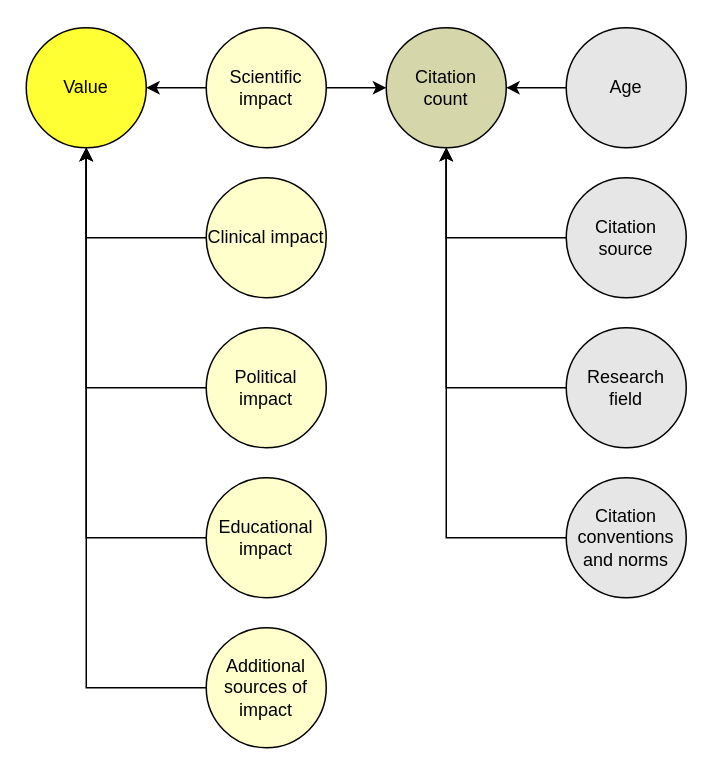
Before: figure_1.drawio in pederisager/2020_RV_citations_sample_size, a draw.io diagram. Source tidied: cells renumbered, new cells numbered last; positions are measured from the earlier drawing's top-left corner, leaving out a move shared by most shapes. Both pictures are drawn from the tidied source at 150%, with x=0, y=0 at pixel (26, 27).
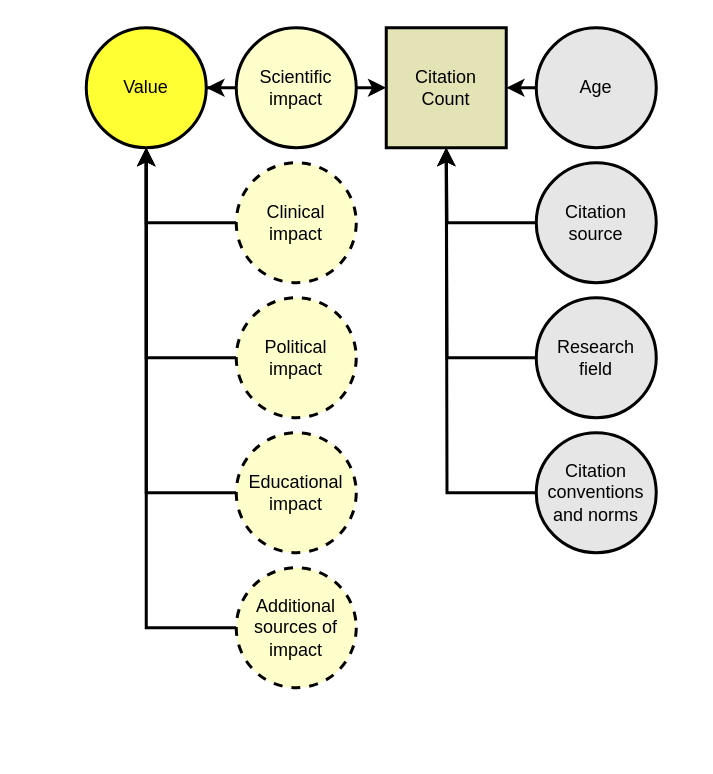
Above is the later version.

What changed in the source:
```diff
@@
-    <mxCell id="2" style="edgeStyle=orthogonalEdgeStyle;rounded=0;jettySize=auto;html=1;" parent="1" edge="1" source="3" target="22">
+    <mxCell id="2" style="edgeStyle=orthogonalEdgeStyle;rounded=0;jettySize=auto;html=1;strokeWidth=2;" parent="1" edge="1" source="3" target="22">
       <mxGeometry relative="1" as="geometry" />
     </mxCell>
-    <mxCell id="3" value="Clinical impact" style="ellipse;whiteSpace=wrap;html=1;fillColor=#FFFFCC;" parent="1" vertex="1">
-      <mxGeometry x="120" y="100" width="80" height="80" as="geometry" />
+    <mxCell id="3" value="Clinical&lt;br&gt;impact" style="ellipse;whiteSpace=wrap;html=1;fillColor=#FFFFCC;dashed=1;strokeWidth=2;" parent="1" vertex="1">
+      <mxGeometry x="140" y="90" width="80" height="80" as="geometry" />
     </mxCell>
-    <mxCell id="4" style="edgeStyle=orthogonalEdgeStyle;rounded=0;jettySize=auto;html=1;" parent="1" edge="1" source="5" target="22">
+    <mxCell id="4" style="edgeStyle=orthogonalEdgeStyle;rounded=0;jettySize=auto;html=1;strokeWidth=2;" parent="1" edge="1" source="5" target="22">
       <mxGeometry relative="1" as="geometry" />
     </mxCell>
-    <mxCell id="5" value="Political impact" style="ellipse;whiteSpace=wrap;html=1;fillColor=#FFFFCC;" parent="1" vertex="1">
-      <mxGeometry x="120" y="200" width="80" height="80" as="geometry" />
+    <mxCell id="5" value="Political impact" style="ellipse;whiteSpace=wrap;html=1;fillColor=#FFFFCC;strokeWidth=2;dashed=1;" parent="1" vertex="1">
+      <mxGeometry x="140" y="180" width="80" height="80" as="geometry" />
     </mxCell>
-    <mxCell id="6" style="edgeStyle=orthogonalEdgeStyle;rounded=0;jettySize=auto;html=1;" parent="1" edge="1" source="8" target="22">
+    <mxCell id="6" style="edgeStyle=orthogonalEdgeStyle;rounded=0;jettySize=auto;html=1;strokeWidth=2;" parent="1" edge="1" source="8" target="22">
       <mxGeometry relative="1" as="geometry" />
     </mxCell>
-    <mxCell id="7" style="edgeStyle=orthogonalEdgeStyle;rounded=0;jettySize=auto;html=1;" parent="1" edge="1" source="8" target="21">
-      <mxGeometry relative="1" as="geometry" />
+    <mxCell id="7" style="edgeStyle=orthogonalEdgeStyle;rounded=0;jettySize=auto;html=1;strokeWidth=2;" parent="1" edge="1" source="8">
+      <mxGeometry relative="1" as="geometry">
+        <mxPoint x="240" y="40" as="targetPoint" />
+      </mxGeometry>
     </mxCell>
-    <mxCell id="8" value="Scientific&lt;br&gt;impact" style="ellipse;whiteSpace=wrap;html=1;fillColor=#FFFFCC;" parent="1" vertex="1">
-      <mxGeometry x="120" width="80" height="80" as="geometry" />
+    <mxCell id="8" value="Scientific&lt;br&gt;impact" style="ellipse;whiteSpace=wrap;html=1;fillColor=#FFFFCC;strokeWidth=2;" parent="1" vertex="1">
+      <mxGeometry x="140" width="80" height="80" as="geometry" />
     </mxCell>
-    <mxCell id="9" style="edgeStyle=orthogonalEdgeStyle;rounded=0;jettySize=auto;html=1;" parent="1" edge="1" source="10" target="22">
+    <mxCell id="9" style="edgeStyle=orthogonalEdgeStyle;rounded=0;jettySize=auto;html=1;strokeWidth=2;" parent="1" edge="1" source="10" target="22">
       <mxGeometry relative="1" as="geometry" />
     </mxCell>
-    <mxCell id="10" value="Additional sources of impact" style="ellipse;whiteSpace=wrap;html=1;fillColor=#FFFFCC;" parent="1" vertex="1">
-      <mxGeometry x="120" y="400" width="80" height="80" as="geometry" />
+    <mxCell id="10" value="Additional sources of impact" style="ellipse;whiteSpace=wrap;html=1;fillColor=#FFFFCC;strokeWidth=2;dashed=1;" parent="1" vertex="1">
+      <mxGeometry x="140" y="360" width="80" height="80" as="geometry" />
     </mxCell>
-    <mxCell id="11" style="edgeStyle=orthogonalEdgeStyle;rounded=0;jettySize=auto;html=1;" parent="1" edge="1" source="12" target="22">
+    <mxCell id="11" style="edgeStyle=orthogonalEdgeStyle;rounded=0;jettySize=auto;html=1;strokeWidth=2;" parent="1" edge="1" source="12" target="22">
       <mxGeometry relative="1" as="geometry" />
     </mxCell>
-    <mxCell id="12" value="Educational impact" style="ellipse;whiteSpace=wrap;html=1;fillColor=#FFFFCC;" parent="1" vertex="1">
-      <mxGeometry x="120" y="300" width="80" height="80" as="geometry" />
+    <mxCell id="12" value="Educational impact" style="ellipse;whiteSpace=wrap;html=1;fillColor=#FFFFCC;strokeWidth=2;dashed=1;" parent="1" vertex="1">
+      <mxGeometry x="140" y="270" width="80" height="80" as="geometry" />
     </mxCell>
-    <mxCell id="13" style="edgeStyle=orthogonalEdgeStyle;rounded=0;jettySize=auto;html=1;" parent="1" edge="1" source="14" target="21">
-      <mxGeometry relative="1" as="geometry" />
+    <mxCell id="13" style="edgeStyle=orthogonalEdgeStyle;rounded=0;jettySize=auto;html=1;strokeWidth=2;" parent="1" edge="1" source="14">
+      <mxGeometry relative="1" as="geometry">
+        <mxPoint x="280" y="80" as="targetPoint" />
+      </mxGeometry>
     </mxCell>
-    <mxCell id="14" value="Citation&lt;br&gt;source" style="ellipse;whiteSpace=wrap;html=1;fillColor=#E6E6E6;" parent="1" vertex="1">
-      <mxGeometry x="360" y="100" width="80" height="80" as="geometry" />
+    <mxCell id="14" value="Citation&lt;br&gt;source" style="ellipse;whiteSpace=wrap;html=1;fillColor=#E6E6E6;strokeWidth=2;" parent="1" vertex="1">
+      <mxGeometry x="340" y="90" width="80" height="80" as="geometry" />
     </mxCell>
-    <mxCell id="15" style="edgeStyle=orthogonalEdgeStyle;rounded=0;jettySize=auto;html=1;" parent="1" edge="1" source="16" target="21">
-      <mxGeometry relative="1" as="geometry" />
+    <mxCell id="15" style="edgeStyle=orthogonalEdgeStyle;rounded=0;jettySize=auto;html=1;strokeWidth=2;" parent="1" edge="1" source="16">
+      <mxGeometry relative="1" as="geometry">
+        <mxPoint x="280" y="80" as="targetPoint" />
+      </mxGeometry>
     </mxCell>
-    <mxCell id="16" value="Research&lt;br&gt;field" style="ellipse;whiteSpace=wrap;html=1;fillColor=#E6E6E6;" parent="1" vertex="1">
-      <mxGeometry x="360" y="200" width="80" height="80" as="geometry" />
+    <mxCell id="16" value="Research&lt;br&gt;field" style="ellipse;whiteSpace=wrap;html=1;fillColor=#E6E6E6;strokeWidth=2;" parent="1" vertex="1">
+      <mxGeometry x="340" y="180" width="80" height="80" as="geometry" />
     </mxCell>
-    <mxCell id="17" style="edgeStyle=orthogonalEdgeStyle;rounded=0;jettySize=auto;html=1;" parent="1" edge="1" source="18" target="21">
-      <mxGeometry relative="1" as="geometry" />
+    <mxCell id="17" style="edgeStyle=orthogonalEdgeStyle;rounded=0;jettySize=auto;html=1;strokeWidth=2;" parent="1" edge="1" source="18">
+      <mxGeometry relative="1" as="geometry">
+        <mxPoint x="320" y="40" as="targetPoint" />
+      </mxGeometry>
     </mxCell>
-    <mxCell id="18" value="Age" style="ellipse;whiteSpace=wrap;html=1;fillColor=#E6E6E6;" parent="1" vertex="1">
-      <mxGeometry x="360" width="80" height="80" as="geometry" />
+    <mxCell id="18" value="Age" style="ellipse;whiteSpace=wrap;html=1;fillColor=#E6E6E6;strokeWidth=2;" parent="1" vertex="1">
+      <mxGeometry x="340" width="80" height="80" as="geometry" />
     </mxCell>
-    <mxCell id="19" style="edgeStyle=orthogonalEdgeStyle;rounded=0;jettySize=auto;html=1;" parent="1" edge="1" source="20" target="21">
-      <mxGeometry relative="1" as="geometry" />
+    <mxCell id="19" style="edgeStyle=orthogonalEdgeStyle;rounded=0;jettySize=auto;html=1;strokeWidth=2;" parent="1" edge="1" source="20">
+      <mxGeometry relative="1" as="geometry">
+        <mxPoint x="280" y="80" as="targetPoint" />
+      </mxGeometry>
     </mxCell>
-    <mxCell id="20" value="Citation conventions and norms" style="ellipse;whiteSpace=wrap;html=1;fillColor=#E6E6E6;" parent="1" vertex="1">
-      <mxGeometry x="360" y="300" width="80" height="80" as="geometry" />
+    <mxCell id="20" value="Citation conventions and norms" style="ellipse;whiteSpace=wrap;html=1;fillColor=#E6E6E6;strokeWidth=2;" parent="1" vertex="1">
+      <mxGeometry x="340" y="270" width="80" height="80" as="geometry" />
     </mxCell>
-    <mxCell id="21" value="Citation&lt;br&gt;count" style="ellipse;whiteSpace=wrap;html=1;fillColor=#D6D6AB;" parent="1" vertex="1">
-      <mxGeometry x="240" width="80" height="80" as="geometry" />
-    </mxCell>
-    <mxCell id="22" value="Value" style="ellipse;whiteSpace=wrap;html=1;fillColor=#FFFF33;" parent="1" vertex="1">
-      <mxGeometry width="80" height="80" as="geometry" />
+    <mxCell id="22" value="Value" style="ellipse;whiteSpace=wrap;html=1;fillColor=#FFFF33;strokeWidth=2;" parent="1" vertex="1">
+      <mxGeometry x="40" width="80" height="80" as="geometry" />
     </mxCell>
+    <mxCell id="23" value="Citation&lt;br&gt;Count" style="rounded=0;whiteSpace=wrap;html=1;strokeWidth=2;fillColor=#E3E3B5;" parent="1" vertex="1">
+      <mxGeometry x="240" width="80" height="80" as="geometry" />
+    </mxCell>
```
